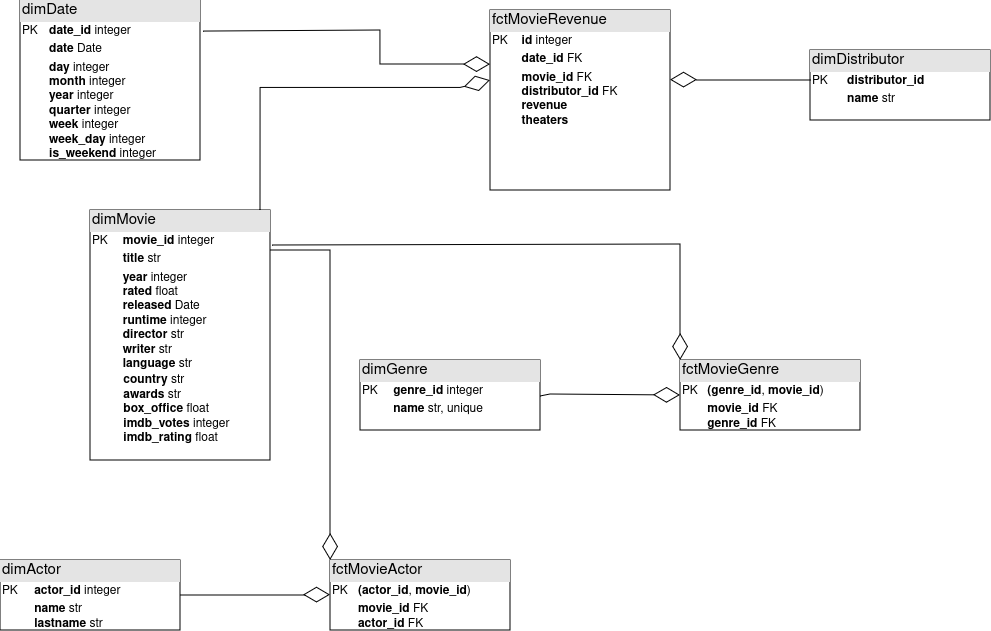
Above: movies_warehouse_ER.png in pawel26/movies_analysis (draw.io), before the change. Source tidied: cells renumbered, new cells last; positions are measured from the earlier drawing's top-left corner, leaving out a move shared by most shapes.
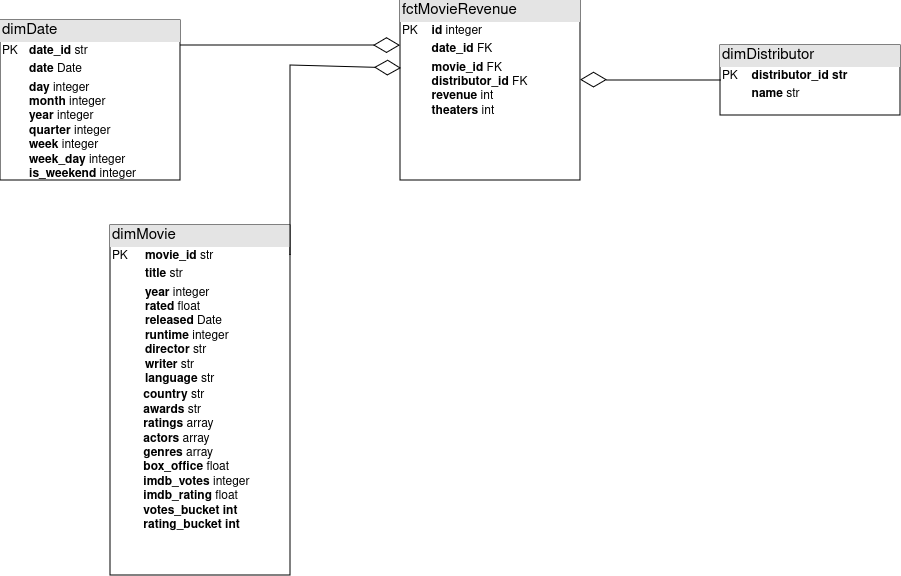
The same file after the commit.

The edit, as a diff of the source:
```diff
@@ -2,81 +2,39 @@
   <root>
     <mxCell id="0" />
     <mxCell id="1" parent="0" />
-    <mxCell id="2" value="&lt;div style=&quot;box-sizing: border-box; width: 100%; background: rgb(228, 228, 228); padding: 2px; font-size: 15px;&quot;&gt;dimDate&lt;br&gt;&lt;/div&gt;&lt;table style=&quot;width:100%;font-size:1em;&quot; cellpadding=&quot;2&quot; cellspacing=&quot;0&quot;&gt;&lt;tbody&gt;&lt;tr&gt;&lt;td&gt;PK&lt;/td&gt;&lt;td&gt;&lt;b&gt;date_id&lt;/b&gt; integer&lt;br&gt;&lt;/td&gt;&lt;/tr&gt;&lt;tr&gt;&lt;td&gt;&lt;br&gt;&lt;/td&gt;&lt;td&gt;&lt;b&gt;date&lt;/b&gt; Date&lt;br&gt;&lt;/td&gt;&lt;/tr&gt;&lt;tr&gt;&lt;td&gt;&lt;/td&gt;&lt;td&gt;&lt;b&gt;day&lt;/b&gt; integer&lt;br&gt;&lt;b&gt;month&lt;/b&gt; integer&lt;br&gt;&lt;b&gt;year&lt;/b&gt; integer&lt;br&gt;&lt;b&gt;quarter&lt;/b&gt; integer&lt;br&gt;&lt;b&gt;week&lt;/b&gt; integer&lt;br&gt;&lt;b&gt;week_day&lt;/b&gt; integer&lt;br&gt;&lt;b&gt;is_weekend &lt;/b&gt;integer&lt;br&gt;&lt;/td&gt;&lt;/tr&gt;&lt;/tbody&gt;&lt;/table&gt;" style="verticalAlign=top;align=left;overflow=fill;html=1;whiteSpace=wrap;" parent="1" vertex="1">
-      <mxGeometry x="20" width="180" height="160" as="geometry" />
+    <mxCell id="2" value="&lt;div style=&quot;box-sizing: border-box; width: 100%; background: rgb(228, 228, 228); padding: 2px; font-size: 15px;&quot;&gt;dimDate&lt;br&gt;&lt;/div&gt;&lt;table style=&quot;width:100%;font-size:1em;&quot; cellpadding=&quot;2&quot; cellspacing=&quot;0&quot;&gt;&lt;tbody&gt;&lt;tr&gt;&lt;td&gt;PK&lt;/td&gt;&lt;td&gt;&lt;b&gt;date_id&lt;/b&gt; str&lt;br&gt;&lt;/td&gt;&lt;/tr&gt;&lt;tr&gt;&lt;td&gt;&lt;br&gt;&lt;/td&gt;&lt;td&gt;&lt;b&gt;date&lt;/b&gt; Date&lt;br&gt;&lt;/td&gt;&lt;/tr&gt;&lt;tr&gt;&lt;td&gt;&lt;/td&gt;&lt;td&gt;&lt;b&gt;day&lt;/b&gt; integer&lt;br&gt;&lt;b&gt;month&lt;/b&gt; integer&lt;br&gt;&lt;b&gt;year&lt;/b&gt; integer&lt;br&gt;&lt;b&gt;quarter&lt;/b&gt; integer&lt;br&gt;&lt;b&gt;week&lt;/b&gt; integer&lt;br&gt;&lt;b&gt;week_day&lt;/b&gt; integer&lt;br&gt;&lt;b&gt;is_weekend &lt;/b&gt;integer&lt;br&gt;&lt;/td&gt;&lt;/tr&gt;&lt;/tbody&gt;&lt;/table&gt;" style="verticalAlign=top;align=left;overflow=fill;html=1;whiteSpace=wrap;" parent="1" vertex="1">
+      <mxGeometry x="90" y="5" width="180" height="160" as="geometry" />
     </mxCell>
-    <mxCell id="3" value="&lt;div style=&quot;box-sizing: border-box; width: 100%; background: rgb(228, 228, 228); padding: 2px; font-size: 15px;&quot;&gt;dimMovie&lt;br&gt;&lt;/div&gt;&lt;table style=&quot;width:100%;font-size:1em;&quot; cellpadding=&quot;2&quot; cellspacing=&quot;0&quot;&gt;&lt;tbody&gt;&lt;tr&gt;&lt;td&gt;PK&lt;/td&gt;&lt;td&gt;&lt;b&gt;movie_id&lt;/b&gt; integer&lt;br&gt;&lt;/td&gt;&lt;/tr&gt;&lt;tr&gt;&lt;td&gt;&lt;br&gt;&lt;/td&gt;&lt;td&gt;&lt;b&gt;title&lt;/b&gt; str&lt;br&gt;&lt;/td&gt;&lt;/tr&gt;&lt;tr&gt;&lt;td&gt;&lt;/td&gt;&lt;td&gt;&lt;b&gt;year&lt;/b&gt; integer&lt;br&gt;&lt;b&gt;rated&lt;/b&gt; float&lt;br&gt;&lt;b&gt;released&lt;/b&gt; Date&lt;br&gt;&lt;b&gt;runtime&lt;/b&gt; integer&lt;br&gt;&lt;b&gt;director&lt;/b&gt; str&lt;br&gt;&lt;b&gt;writer&lt;/b&gt; str&lt;br&gt;&lt;b&gt;language&lt;/b&gt; str&lt;br&gt;&lt;/td&gt;&lt;/tr&gt;&lt;/tbody&gt;&lt;/table&gt;&lt;div&gt;&lt;span style=&quot;white-space: pre;&quot;&gt;&#9;&lt;/span&gt;&amp;nbsp; &lt;b&gt;country&lt;/b&gt; str&lt;/div&gt;&lt;div&gt;&amp;nbsp;&amp;nbsp;&amp;nbsp;&amp;nbsp;&amp;nbsp;&amp;nbsp;&amp;nbsp;&amp;nbsp;&amp;nbsp; &lt;b&gt;awards&lt;/b&gt; str&lt;/div&gt;&lt;div&gt;&lt;b&gt;&amp;nbsp;&amp;nbsp;&amp;nbsp;&amp;nbsp;&amp;nbsp;&amp;nbsp;&amp;nbsp;&amp;nbsp;&amp;nbsp; box_office &lt;/b&gt;float&lt;b&gt;&lt;br&gt;&amp;nbsp;&amp;nbsp;&amp;nbsp;&amp;nbsp;&amp;nbsp;&amp;nbsp;&amp;nbsp;&amp;nbsp;&amp;nbsp; imdb_votes &lt;/b&gt;integer&lt;b&gt;&lt;br&gt;&amp;nbsp;&amp;nbsp;&amp;nbsp;&amp;nbsp;&amp;nbsp;&amp;nbsp;&amp;nbsp;&amp;nbsp;&amp;nbsp; imdb_rating &lt;/b&gt;float&lt;b&gt;&lt;br&gt;&lt;/b&gt;&lt;/div&gt;&lt;div&gt;&lt;br&gt;&lt;/div&gt;&lt;div&gt;&lt;br&gt;&lt;/div&gt;&lt;div&gt;&lt;br&gt;&lt;/div&gt;" style="verticalAlign=top;align=left;overflow=fill;html=1;whiteSpace=wrap;" parent="1" vertex="1">
-      <mxGeometry x="90" y="210" width="180" height="250" as="geometry" />
+    <mxCell id="3" value="&lt;div style=&quot;box-sizing: border-box; width: 100%; background: rgb(228, 228, 228); padding: 2px; font-size: 15px;&quot;&gt;dimMovie&lt;br&gt;&lt;/div&gt;&lt;table style=&quot;width:100%;font-size:1em;&quot; cellpadding=&quot;2&quot; cellspacing=&quot;0&quot;&gt;&lt;tbody&gt;&lt;tr&gt;&lt;td&gt;PK&lt;/td&gt;&lt;td&gt;&lt;b&gt;movie_id&lt;/b&gt; str&lt;br&gt;&lt;/td&gt;&lt;/tr&gt;&lt;tr&gt;&lt;td&gt;&lt;br&gt;&lt;/td&gt;&lt;td&gt;&lt;b&gt;title&lt;/b&gt; str&lt;br&gt;&lt;/td&gt;&lt;/tr&gt;&lt;tr&gt;&lt;td&gt;&lt;/td&gt;&lt;td&gt;&lt;b&gt;year&lt;/b&gt; integer&lt;br&gt;&lt;b&gt;rated&lt;/b&gt; float&lt;br&gt;&lt;b&gt;released&lt;/b&gt; Date&lt;br&gt;&lt;b&gt;runtime&lt;/b&gt; integer&lt;br&gt;&lt;b&gt;director&lt;/b&gt; str&lt;br&gt;&lt;b&gt;writer&lt;/b&gt; str&lt;br&gt;&lt;b&gt;language&lt;/b&gt; str&lt;br&gt;&lt;/td&gt;&lt;/tr&gt;&lt;/tbody&gt;&lt;/table&gt;&lt;div&gt;&lt;span style=&quot;white-space: pre;&quot;&gt;&#9;&lt;/span&gt;&amp;nbsp; &lt;b&gt;country&lt;/b&gt; str&lt;/div&gt;&lt;div&gt;&amp;nbsp;&amp;nbsp;&amp;nbsp;&amp;nbsp;&amp;nbsp;&amp;nbsp;&amp;nbsp;&amp;nbsp;&amp;nbsp; &lt;b&gt;awards&lt;/b&gt; str&lt;/div&gt;&lt;div&gt;&amp;nbsp;&amp;nbsp;&amp;nbsp;&amp;nbsp;&amp;nbsp;&amp;nbsp;&amp;nbsp;&amp;nbsp;&amp;nbsp; &lt;b&gt;ratings&lt;/b&gt; array&lt;br&gt;&lt;/div&gt;&lt;div&gt;&amp;nbsp;&amp;nbsp;&amp;nbsp;&amp;nbsp;&amp;nbsp;&amp;nbsp;&amp;nbsp;&amp;nbsp;&amp;nbsp; &lt;b&gt;actors&lt;/b&gt; array&lt;/div&gt;&lt;div&gt;&amp;nbsp;&amp;nbsp;&amp;nbsp;&amp;nbsp;&amp;nbsp;&amp;nbsp;&amp;nbsp;&amp;nbsp;&amp;nbsp; &lt;b&gt;genres&lt;/b&gt; array&lt;br&gt;&lt;/div&gt;&lt;div&gt;&lt;b&gt;&amp;nbsp;&amp;nbsp;&amp;nbsp;&amp;nbsp;&amp;nbsp;&amp;nbsp;&amp;nbsp;&amp;nbsp;&amp;nbsp; box_office &lt;/b&gt;float&lt;b&gt;&lt;br&gt;&amp;nbsp;&amp;nbsp;&amp;nbsp;&amp;nbsp;&amp;nbsp;&amp;nbsp;&amp;nbsp;&amp;nbsp;&amp;nbsp; imdb_votes &lt;/b&gt;integer&lt;b&gt;&lt;br&gt;&amp;nbsp;&amp;nbsp;&amp;nbsp;&amp;nbsp;&amp;nbsp;&amp;nbsp;&amp;nbsp;&amp;nbsp;&amp;nbsp; imdb_rating &lt;/b&gt;float&lt;b&gt;&lt;br&gt;&lt;/b&gt;&lt;/div&gt;&lt;div&gt;&lt;b&gt;&amp;nbsp;&amp;nbsp;&amp;nbsp;&amp;nbsp;&amp;nbsp;&amp;nbsp;&amp;nbsp;&amp;nbsp;&amp;nbsp; votes_bucket int&lt;/b&gt;&lt;/div&gt;&lt;div&gt;&lt;b&gt;&amp;nbsp;&amp;nbsp;&amp;nbsp;&amp;nbsp;&amp;nbsp;&amp;nbsp;&amp;nbsp;&amp;nbsp;&amp;nbsp; rating_bucket int&lt;br&gt;&lt;/b&gt;&lt;/div&gt;&lt;div&gt;&lt;br&gt;&lt;/div&gt;&lt;div&gt;&lt;br&gt;&lt;/div&gt;&lt;div&gt;&lt;br&gt;&lt;/div&gt;" style="verticalAlign=top;align=left;overflow=fill;html=1;whiteSpace=wrap;" parent="1" vertex="1">
+      <mxGeometry x="200" y="210" width="180" height="350" as="geometry" />
     </mxCell>
-    <mxCell id="4" value="&lt;div style=&quot;box-sizing: border-box; width: 100%; background: rgb(228, 228, 228); padding: 2px; font-size: 15px;&quot;&gt;dimGenre&lt;br&gt;&lt;/div&gt;&lt;table style=&quot;width:100%;font-size:1em;&quot; cellpadding=&quot;2&quot; cellspacing=&quot;0&quot;&gt;&lt;tbody&gt;&lt;tr&gt;&lt;td&gt;PK&lt;/td&gt;&lt;td&gt;&lt;b&gt;genre_id&lt;/b&gt; integer&lt;br&gt;&lt;/td&gt;&lt;/tr&gt;&lt;tr&gt;&lt;td&gt;&lt;br&gt;&lt;/td&gt;&lt;td&gt;&lt;b&gt;name&lt;/b&gt; str, unique&lt;br&gt;&lt;/td&gt;&lt;/tr&gt;&lt;tr&gt;&lt;td&gt;&lt;br&gt;&lt;/td&gt;&lt;td&gt;&lt;br&gt;&lt;/td&gt;&lt;/tr&gt;&lt;/tbody&gt;&lt;/table&gt;&lt;div&gt;&lt;br&gt;&lt;/div&gt;" style="verticalAlign=top;align=left;overflow=fill;html=1;whiteSpace=wrap;" parent="1" vertex="1">
-      <mxGeometry x="360" y="360" width="180" height="70" as="geometry" />
-    </mxCell>
-    <mxCell id="5" value="&lt;div style=&quot;box-sizing: border-box; width: 100%; background: rgb(228, 228, 228); padding: 2px; font-size: 15px;&quot;&gt;dimActor&lt;br&gt;&lt;/div&gt;&lt;table style=&quot;width:100%;font-size:1em;&quot; cellpadding=&quot;2&quot; cellspacing=&quot;0&quot;&gt;&lt;tbody&gt;&lt;tr&gt;&lt;td&gt;PK&lt;/td&gt;&lt;td&gt;&lt;b&gt;actor_id&lt;/b&gt; integer&lt;br&gt;&lt;/td&gt;&lt;/tr&gt;&lt;tr&gt;&lt;td&gt;&lt;br&gt;&lt;/td&gt;&lt;td&gt;&lt;b&gt;name&lt;/b&gt; str&lt;br&gt;&lt;b&gt;lastname&lt;/b&gt; str&lt;br&gt;&lt;/td&gt;&lt;/tr&gt;&lt;tr&gt;&lt;td&gt;&lt;br&gt;&lt;/td&gt;&lt;td&gt;&lt;br&gt;&lt;/td&gt;&lt;/tr&gt;&lt;/tbody&gt;&lt;/table&gt;&lt;div&gt;&lt;br&gt;&lt;/div&gt;" style="verticalAlign=top;align=left;overflow=fill;html=1;whiteSpace=wrap;" parent="1" vertex="1">
-      <mxGeometry y="560" width="180" height="70" as="geometry" />
-    </mxCell>
-    <mxCell id="6" value="&lt;div style=&quot;box-sizing: border-box; width: 100%; background: rgb(228, 228, 228); padding: 2px; font-size: 15px;&quot;&gt;fctMovieGenre&lt;br&gt;&lt;/div&gt;&lt;table style=&quot;width:100%;font-size:1em;&quot; cellpadding=&quot;2&quot; cellspacing=&quot;0&quot;&gt;&lt;tbody&gt;&lt;tr&gt;&lt;td&gt;PK&lt;/td&gt;&lt;td&gt;&lt;b&gt;(genre_id&lt;/b&gt;, &lt;b&gt;movie_id&lt;/b&gt;)&lt;br&gt;&lt;/td&gt;&lt;/tr&gt;&lt;tr&gt;&lt;td&gt;&lt;br&gt;&lt;/td&gt;&lt;td&gt;&lt;b&gt;movie_id&lt;/b&gt; FK&lt;br&gt;&lt;b&gt;genre_id&lt;/b&gt; FK&lt;br&gt;&lt;/td&gt;&lt;/tr&gt;&lt;tr&gt;&lt;td&gt;&lt;br&gt;&lt;/td&gt;&lt;td&gt;&lt;br&gt;&lt;/td&gt;&lt;/tr&gt;&lt;/tbody&gt;&lt;/table&gt;&lt;div&gt;&lt;br&gt;&lt;/div&gt;" style="verticalAlign=top;align=left;overflow=fill;html=1;whiteSpace=wrap;" parent="1" vertex="1">
-      <mxGeometry x="680" y="360" width="180" height="70" as="geometry" />
-    </mxCell>
-    <mxCell id="7" value="&lt;div style=&quot;box-sizing: border-box; width: 100%; background: rgb(228, 228, 228); padding: 2px; font-size: 15px;&quot;&gt;fctMovieActor&lt;/div&gt;&lt;table style=&quot;width:100%;font-size:1em;&quot; cellpadding=&quot;2&quot; cellspacing=&quot;0&quot;&gt;&lt;tbody&gt;&lt;tr&gt;&lt;td&gt;PK&lt;/td&gt;&lt;td&gt;&lt;b&gt;(actor_id&lt;/b&gt;, &lt;b&gt;movie_id&lt;/b&gt;)&lt;br&gt;&lt;/td&gt;&lt;/tr&gt;&lt;tr&gt;&lt;td&gt;&lt;br&gt;&lt;/td&gt;&lt;td&gt;&lt;b&gt;movie_id&lt;/b&gt; FK&lt;br&gt;&lt;b&gt;actor_id&lt;/b&gt; FK&lt;br&gt;&lt;/td&gt;&lt;/tr&gt;&lt;tr&gt;&lt;td&gt;&lt;br&gt;&lt;/td&gt;&lt;td&gt;&lt;br&gt;&lt;/td&gt;&lt;/tr&gt;&lt;/tbody&gt;&lt;/table&gt;&lt;div&gt;&lt;br&gt;&lt;/div&gt;" style="verticalAlign=top;align=left;overflow=fill;html=1;whiteSpace=wrap;" parent="1" vertex="1">
-      <mxGeometry x="330" y="560" width="180" height="70" as="geometry" />
-    </mxCell>
-    <mxCell id="8" value="&lt;div style=&quot;box-sizing:border-box;width:100%;background:#e4e4e4;padding:2px;&quot;&gt;&lt;font style=&quot;font-size: 15px;&quot;&gt;fctMovieRevenue&lt;/font&gt;&lt;/div&gt;&lt;table style=&quot;width:100%;font-size:1em;&quot; cellpadding=&quot;2&quot; cellspacing=&quot;0&quot;&gt;&lt;tbody&gt;&lt;tr&gt;&lt;td&gt;PK&lt;/td&gt;&lt;td&gt;&lt;b&gt;id&lt;/b&gt; integer&lt;br&gt;&lt;/td&gt;&lt;/tr&gt;&lt;tr&gt;&lt;td&gt;&lt;br&gt;&lt;/td&gt;&lt;td&gt;&lt;b&gt;date_id&lt;/b&gt; FK&lt;br&gt;&lt;/td&gt;&lt;/tr&gt;&lt;tr&gt;&lt;td&gt;&lt;br&gt;&lt;/td&gt;&lt;td&gt;&lt;b&gt;movie_id&lt;/b&gt; FK&lt;br&gt;&lt;b&gt;distributor_id&lt;/b&gt; FK&lt;br&gt;&lt;b&gt;revenue&lt;/b&gt;&lt;br&gt;&lt;b&gt;theaters&lt;/b&gt;&lt;b&gt;&lt;br&gt;&lt;/b&gt;&lt;/td&gt;&lt;/tr&gt;&lt;/tbody&gt;&lt;/table&gt;" style="verticalAlign=top;align=left;overflow=fill;html=1;whiteSpace=wrap;" parent="1" vertex="1">
-      <mxGeometry x="490" y="10" width="180" height="180" as="geometry" />
+    <mxCell id="8" value="&lt;div style=&quot;box-sizing:border-box;width:100%;background:#e4e4e4;padding:2px;&quot;&gt;&lt;font style=&quot;font-size: 15px;&quot;&gt;fctMovieRevenue&lt;/font&gt;&lt;/div&gt;&lt;table style=&quot;width:100%;font-size:1em;&quot; cellpadding=&quot;2&quot; cellspacing=&quot;0&quot;&gt;&lt;tbody&gt;&lt;tr&gt;&lt;td&gt;PK&lt;/td&gt;&lt;td&gt;&lt;b&gt;id&lt;/b&gt; integer&lt;br&gt;&lt;/td&gt;&lt;/tr&gt;&lt;tr&gt;&lt;td&gt;&lt;br&gt;&lt;/td&gt;&lt;td&gt;&lt;b&gt;date_id&lt;/b&gt; FK&lt;br&gt;&lt;/td&gt;&lt;/tr&gt;&lt;tr&gt;&lt;td&gt;&lt;br&gt;&lt;/td&gt;&lt;td&gt;&lt;b&gt;movie_id&lt;/b&gt; FK&lt;br&gt;&lt;b&gt;distributor_id&lt;/b&gt; FK&lt;br&gt;&lt;b&gt;revenue &lt;/b&gt;int&lt;br&gt;&lt;b&gt;theaters&lt;/b&gt;&lt;b&gt; &lt;/b&gt;int&lt;b&gt;&lt;br&gt;&lt;/b&gt;&lt;/td&gt;&lt;/tr&gt;&lt;/tbody&gt;&lt;/table&gt;" style="verticalAlign=top;align=left;overflow=fill;html=1;whiteSpace=wrap;" parent="1" vertex="1">
+      <mxGeometry x="490" y="-15" width="180" height="180" as="geometry" />
     </mxCell>
-    <mxCell id="9" style="endArrow=diamondThin;endFill=0;endSize=24;html=1;rounded=0;exitX=0.944;exitY=0;exitDx=0;exitDy=0;exitPerimeter=0;" parent="1" edge="1" source="3">
-      <mxGeometry relative="1" as="geometry">
-        <mxPoint x="490" y="80" as="targetPoint" />
-        <Array as="points">
-          <mxPoint x="260" y="87.5" />
-          <mxPoint x="460" y="87.5" />
-        </Array>
-      </mxGeometry>
-    </mxCell>
-    <mxCell id="10" style="endArrow=diamondThin;endFill=0;endSize=24;html=1;rounded=0;entryX=0;entryY=0.3;entryDx=0;entryDy=0;entryPerimeter=0;exitX=1.017;exitY=0.194;exitDx=0;exitDy=0;exitPerimeter=0;" parent="1" edge="1" source="2" target="8">
-      <mxGeometry relative="1" as="geometry">
-        <Array as="points">
-          <mxPoint x="380" y="30" />
-          <mxPoint x="380" y="64" />
-        </Array>
-      </mxGeometry>
-    </mxCell>
-    <mxCell id="11" style="endArrow=diamondThin;endFill=0;endSize=24;html=1;rounded=0;entryX=0;entryY=0.5;entryDx=0;entryDy=0;" parent="1" edge="1" target="6">
-      <mxGeometry relative="1" as="geometry">
-        <mxPoint x="540" y="396" as="sourcePoint" />
-        <Array as="points">
-          <mxPoint x="550" y="394" />
-        </Array>
-      </mxGeometry>
-    </mxCell>
-    <mxCell id="12" style="endArrow=diamondThin;endFill=0;endSize=24;html=1;rounded=0;entryX=0;entryY=0;entryDx=0;entryDy=0;exitX=1.011;exitY=0.14;exitDx=0;exitDy=0;exitPerimeter=0;" parent="1" edge="1" source="3" target="6">
-      <mxGeometry relative="1" as="geometry">
-        <Array as="points">
-          <mxPoint x="680" y="244" />
-        </Array>
-      </mxGeometry>
-    </mxCell>
-    <mxCell id="13" style="endArrow=diamondThin;endFill=0;endSize=24;html=1;rounded=0;entryX=0;entryY=0;entryDx=0;entryDy=0;" parent="1" edge="1" target="7">
-      <mxGeometry relative="1" as="geometry">
-        <mxPoint x="270" y="250" as="sourcePoint" />
-        <Array as="points">
-          <mxPoint x="330" y="250" />
-        </Array>
-      </mxGeometry>
-    </mxCell>
-    <mxCell id="14" style="endArrow=diamondThin;endFill=0;endSize=24;html=1;rounded=0;entryX=0;entryY=0.5;entryDx=0;entryDy=0;exitX=1;exitY=0.5;exitDx=0;exitDy=0;" parent="1" edge="1">
-      <mxGeometry relative="1" as="geometry">
-        <mxPoint x="180" y="594.5" as="sourcePoint" />
-        <mxPoint x="330" y="594.5" as="targetPoint" />
-      </mxGeometry>
-    </mxCell>
-    <mxCell id="15" value="&lt;div style=&quot;box-sizing: border-box; width: 100%; background: rgb(228, 228, 228); padding: 2px; font-size: 15px;&quot;&gt;dimDistributor&lt;br&gt;&lt;/div&gt;&lt;table style=&quot;width:100%;font-size:1em;&quot; cellpadding=&quot;2&quot; cellspacing=&quot;0&quot;&gt;&lt;tbody&gt;&lt;tr&gt;&lt;td&gt;PK&lt;/td&gt;&lt;td&gt;&lt;b&gt;distributor_id&lt;/b&gt;&lt;br&gt;&lt;/td&gt;&lt;/tr&gt;&lt;tr&gt;&lt;td&gt;&lt;br&gt;&lt;/td&gt;&lt;td&gt;&lt;b&gt;name&lt;/b&gt; str&lt;br&gt;&lt;/td&gt;&lt;/tr&gt;&lt;tr&gt;&lt;td&gt;&lt;br&gt;&lt;/td&gt;&lt;td&gt;&lt;br&gt;&lt;/td&gt;&lt;/tr&gt;&lt;/tbody&gt;&lt;/table&gt;&lt;div&gt;&lt;br&gt;&lt;/div&gt;" style="verticalAlign=top;align=left;overflow=fill;html=1;whiteSpace=wrap;" parent="1" vertex="1">
-      <mxGeometry x="810" y="50" width="180" height="70" as="geometry" />
+    <mxCell id="15" value="&lt;div style=&quot;box-sizing: border-box; width: 100%; background: rgb(228, 228, 228); padding: 2px; font-size: 15px;&quot;&gt;dimDistributor&lt;br&gt;&lt;/div&gt;&lt;table style=&quot;width:100%;font-size:1em;&quot; cellpadding=&quot;2&quot; cellspacing=&quot;0&quot;&gt;&lt;tbody&gt;&lt;tr&gt;&lt;td&gt;PK&lt;/td&gt;&lt;td&gt;&lt;b&gt;distributor_id str&lt;/b&gt;&lt;br&gt;&lt;/td&gt;&lt;/tr&gt;&lt;tr&gt;&lt;td&gt;&lt;br&gt;&lt;/td&gt;&lt;td&gt;&lt;b&gt;name&lt;/b&gt; str&lt;br&gt;&lt;/td&gt;&lt;/tr&gt;&lt;tr&gt;&lt;td&gt;&lt;br&gt;&lt;/td&gt;&lt;td&gt;&lt;br&gt;&lt;/td&gt;&lt;/tr&gt;&lt;/tbody&gt;&lt;/table&gt;&lt;div&gt;&lt;br&gt;&lt;/div&gt;" style="verticalAlign=top;align=left;overflow=fill;html=1;whiteSpace=wrap;" parent="1" vertex="1">
+      <mxGeometry x="810" y="30" width="180" height="70" as="geometry" />
     </mxCell>
     <mxCell id="16" style="endArrow=diamondThin;endFill=0;endSize=24;html=1;rounded=0;" parent="1" edge="1">
       <mxGeometry relative="1" as="geometry">
-        <mxPoint x="810" y="79.5" as="sourcePoint" />
-        <mxPoint x="670" y="79.5" as="targetPoint" />
+        <mxPoint x="810" y="64.5" as="sourcePoint" />
+        <mxPoint x="670" y="64.5" as="targetPoint" />
       </mxGeometry>
     </mxCell>
+    <mxCell id="17" style="endArrow=diamondThin;endFill=0;endSize=24;html=1;rounded=0;entryX=0;entryY=0.25;entryDx=0;entryDy=0;" parent="1" edge="1" target="8">
+      <mxGeometry relative="1" as="geometry">
+        <mxPoint x="270" y="30" as="sourcePoint" />
+        <Array as="points">
+          <mxPoint x="320" y="30" />
+        </Array>
+      </mxGeometry>
+    </mxCell>
+    <mxCell id="18" style="endArrow=diamondThin;endFill=0;endSize=24;html=1;rounded=0;entryX=0.006;entryY=0.378;entryDx=0;entryDy=0;entryPerimeter=0;" parent="1" edge="1" target="8">
+      <mxGeometry relative="1" as="geometry">
+        <mxPoint x="380" y="240" as="sourcePoint" />
+        <Array as="points">
+          <mxPoint x="380" y="50" />
+        </Array>
+      </mxGeometry>
+    </mxCell>
   </root>
 </mxGraphModel>
```
